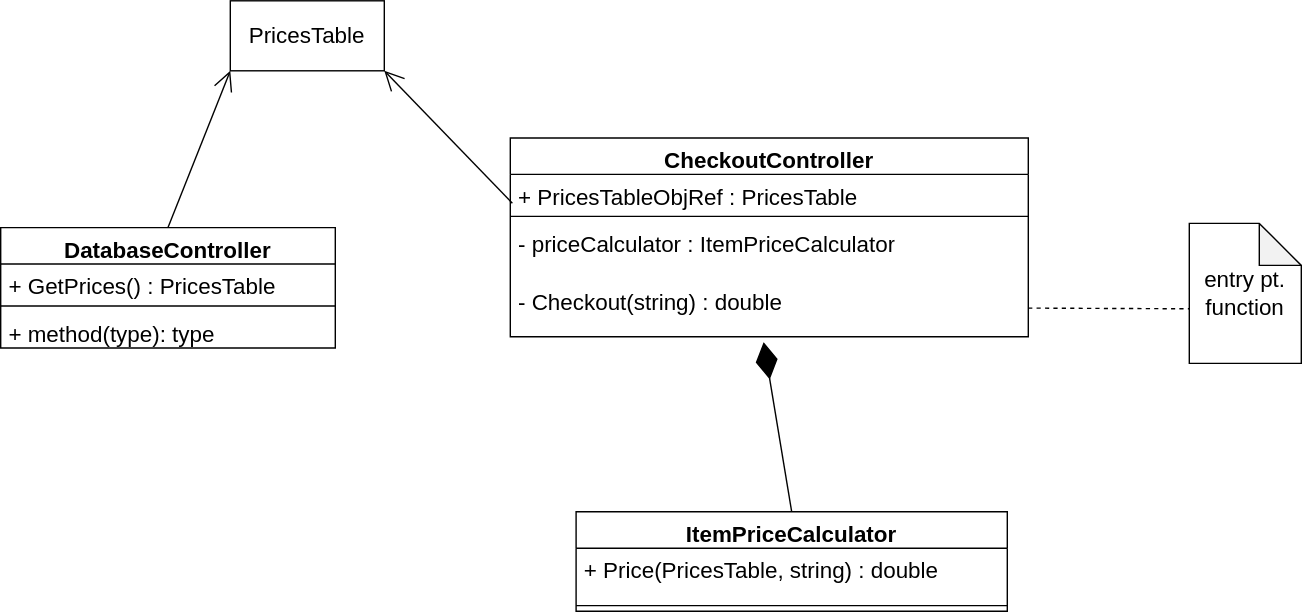
Before: SupermarketCheckout.svg, a diagram exported from draw.io (sameert89/SupermarketCheckoutLib). Source tidied: cells renumbered, new cells last; positions are measured from the earlier drawing's top-left corner, leaving out a move shared by most shapes. Source of this version:
```xml
<mxGraphModel>
  <root>
    <mxCell id="0" />
    <mxCell id="1" parent="0" />
    <mxCell id="2" value="CheckoutController" style="swimlane;fontStyle=1;align=center;verticalAlign=top;horizontal=1;startSize=26;whiteSpace=wrap;html=1;fontSize=16;" parent="1" vertex="1">
      <mxGeometry x="364" y="98" width="370" height="142" as="geometry" />
    </mxCell>
    <mxCell id="3" value="+ PricesTableObjRef : PricesTable" style="text;strokeColor=none;fillColor=none;align=left;verticalAlign=top;spacingLeft=4;spacingRight=4;overflow=hidden;points=[[0,0.5],[1,0.5]];portConstraint=eastwest;whiteSpace=wrap;html=1;fontSize=16;" parent="2" vertex="1">
      <mxGeometry y="26" width="370" height="26" as="geometry" />
    </mxCell>
    <mxCell id="4" style="line;strokeWidth=1;fillColor=none;align=left;verticalAlign=middle;spacingTop=-1;spacingLeft=3;spacingRight=3;labelPosition=right;strokeColor=inherit;fontSize=16;" parent="2" vertex="1">
      <mxGeometry y="52" width="370" height="8" as="geometry" />
    </mxCell>
    <mxCell id="5" value="- priceCalculator : ItemPriceCalculator" style="text;strokeColor=none;fillColor=none;align=left;verticalAlign=top;spacingLeft=4;spacingRight=4;overflow=hidden;whiteSpace=wrap;html=1;fontSize=16;" parent="2" vertex="1">
      <mxGeometry y="60" width="370" height="41" as="geometry" />
    </mxCell>
    <mxCell id="6" value="- Checkout(string) : double" style="text;strokeColor=none;fillColor=none;align=left;verticalAlign=top;spacingLeft=4;spacingRight=4;overflow=hidden;points=[[0,0.5],[1,0.5]];portConstraint=eastwest;whiteSpace=wrap;html=1;fontSize=16;" parent="2" vertex="1">
      <mxGeometry y="101" width="370" height="41" as="geometry" />
    </mxCell>
    <mxCell id="7" value="PricesTable" style="html=1;whiteSpace=wrap;fontSize=16;" parent="1" vertex="1">
      <mxGeometry x="164" width="110" height="50" as="geometry" />
    </mxCell>
    <mxCell id="8" style="endArrow=open;endFill=1;endSize=12;html=1;rounded=0;fontSize=12;curved=1;entryX=1;entryY=1;entryDx=0;entryDy=0;exitX=0.004;exitY=0.792;exitDx=0;exitDy=0;exitPerimeter=0;" parent="1" edge="1" source="3" target="7">
      <mxGeometry relative="1" as="geometry" />
    </mxCell>
    <mxCell id="9" value="ItemPriceCalculator" style="swimlane;fontStyle=1;align=center;verticalAlign=top;horizontal=1;startSize=26;whiteSpace=wrap;html=1;fontSize=16;" parent="1" vertex="1">
      <mxGeometry x="411" y="365" width="308" height="71" as="geometry" />
    </mxCell>
    <mxCell id="10" value="+ Price(PricesTable, string) : double" style="text;strokeColor=none;fillColor=none;align=left;verticalAlign=top;spacingLeft=4;spacingRight=4;overflow=hidden;whiteSpace=wrap;html=1;fontSize=16;" parent="9" vertex="1">
      <mxGeometry y="26" width="308" height="37" as="geometry" />
    </mxCell>
    <mxCell id="11" style="line;strokeWidth=1;fillColor=none;align=left;verticalAlign=middle;spacingTop=-1;spacingLeft=3;spacingRight=3;labelPosition=right;strokeColor=inherit;fontSize=16;" parent="9" vertex="1">
      <mxGeometry y="63" width="308" height="8" as="geometry" />
    </mxCell>
    <mxCell id="12" style="endArrow=diamondThin;endFill=1;endSize=24;html=1;rounded=0;fontSize=12;curved=1;entryX=0.489;entryY=1.093;entryDx=0;entryDy=0;entryPerimeter=0;exitX=0.5;exitY=0;exitDx=0;exitDy=0;" parent="1" edge="1" source="9" target="6">
      <mxGeometry relative="1" as="geometry" />
    </mxCell>
    <mxCell id="13" value="DatabaseController" style="swimlane;fontStyle=1;align=center;verticalAlign=top;horizontal=1;startSize=26;whiteSpace=wrap;html=1;fontSize=16;" parent="1" vertex="1">
      <mxGeometry y="162" width="239" height="86" as="geometry" />
    </mxCell>
    <mxCell id="14" value="+ GetPrices() : PricesTable" style="text;strokeColor=none;fillColor=none;align=left;verticalAlign=top;spacingLeft=4;spacingRight=4;overflow=hidden;whiteSpace=wrap;html=1;fontSize=16;" parent="13" vertex="1">
      <mxGeometry y="26" width="239" height="26" as="geometry" />
    </mxCell>
    <mxCell id="15" style="line;strokeWidth=1;fillColor=none;align=left;verticalAlign=middle;spacingTop=-1;spacingLeft=3;spacingRight=3;labelPosition=right;strokeColor=inherit;fontSize=16;" parent="13" vertex="1">
      <mxGeometry y="52" width="239" height="8" as="geometry" />
    </mxCell>
    <mxCell id="16" value="+ method(type): type" style="text;strokeColor=none;fillColor=none;align=left;verticalAlign=top;spacingLeft=4;spacingRight=4;overflow=hidden;whiteSpace=wrap;html=1;fontSize=16;" parent="13" vertex="1">
      <mxGeometry y="60" width="239" height="26" as="geometry" />
    </mxCell>
    <mxCell id="17" style="endArrow=open;endFill=1;endSize=12;html=1;rounded=0;fontSize=12;curved=1;entryX=0;entryY=1;entryDx=0;entryDy=0;exitX=0.5;exitY=0;exitDx=0;exitDy=0;" parent="1" edge="1" source="13" target="7">
      <mxGeometry relative="1" as="geometry" />
    </mxCell>
    <mxCell id="18" value="entry pt.&lt;br&gt;function" style="shape=note;whiteSpace=wrap;html=1;backgroundOutline=1;darkOpacity=0.05;fontSize=16;" parent="1" vertex="1">
      <mxGeometry x="849" y="159" width="80" height="100" as="geometry" />
    </mxCell>
    <mxCell id="19" style="endArrow=none;dashed=1;html=1;rounded=0;fontSize=12;curved=1;startSize=8;endSize=8;exitX=1;exitY=0.5;exitDx=0;exitDy=0;" parent="1" edge="1" source="6">
      <mxGeometry relative="1" as="geometry">
        <mxPoint x="849" y="220" as="targetPoint" />
      </mxGeometry>
    </mxCell>
  </root>
</mxGraphModel>
```
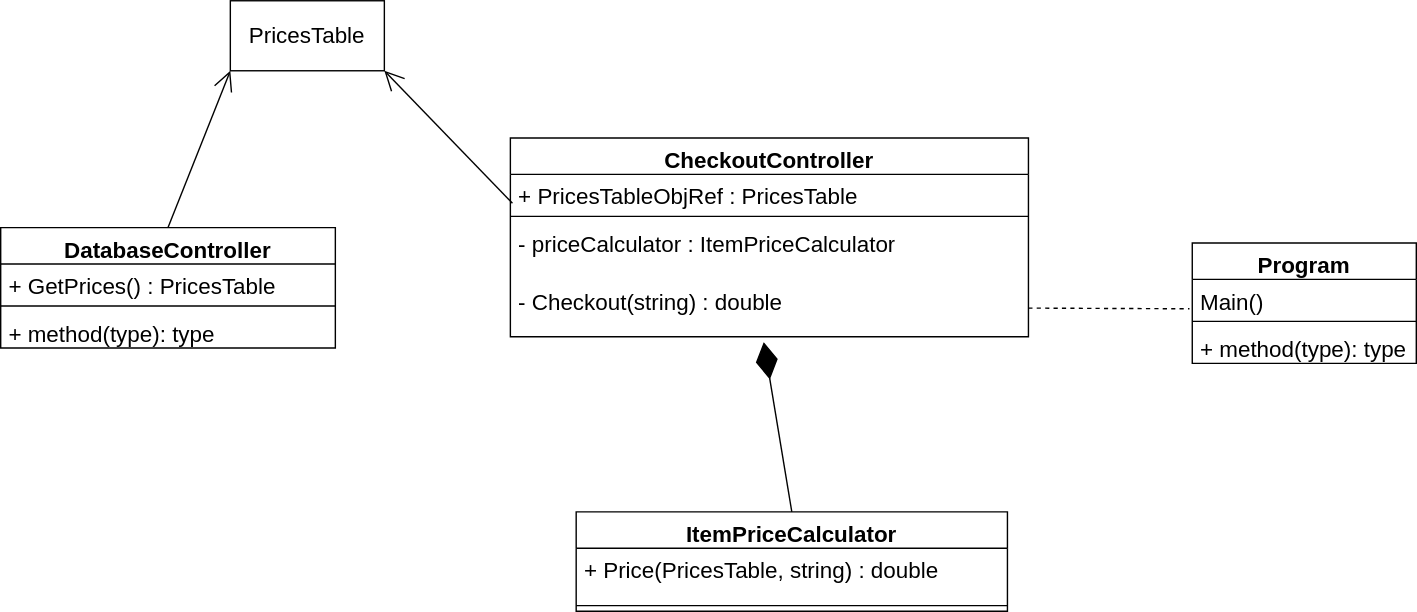
Above is the later version.

The edit, as a diff of the source:
```diff
@@ -50,13 +50,22 @@
     <mxCell id="17" style="endArrow=open;endFill=1;endSize=12;html=1;rounded=0;fontSize=12;curved=1;entryX=0;entryY=1;entryDx=0;entryDy=0;exitX=0.5;exitY=0;exitDx=0;exitDy=0;" parent="1" edge="1" source="13" target="7">
       <mxGeometry relative="1" as="geometry" />
     </mxCell>
-    <mxCell id="18" value="entry pt.&lt;br&gt;function" style="shape=note;whiteSpace=wrap;html=1;backgroundOutline=1;darkOpacity=0.05;fontSize=16;" parent="1" vertex="1">
-      <mxGeometry x="849" y="159" width="80" height="100" as="geometry" />
-    </mxCell>
     <mxCell id="19" style="endArrow=none;dashed=1;html=1;rounded=0;fontSize=12;curved=1;startSize=8;endSize=8;exitX=1;exitY=0.5;exitDx=0;exitDy=0;" parent="1" edge="1" source="6">
       <mxGeometry relative="1" as="geometry">
         <mxPoint x="849" y="220" as="targetPoint" />
       </mxGeometry>
     </mxCell>
+    <mxCell id="20" value="Program" style="swimlane;fontStyle=1;align=center;verticalAlign=top;horizontal=1;startSize=26;whiteSpace=wrap;html=1;fontSize=16;" parent="1" vertex="1">
+      <mxGeometry x="851" y="173" width="160" height="86" as="geometry" />
+    </mxCell>
+    <mxCell id="21" value="Main()" style="text;strokeColor=none;fillColor=none;align=left;verticalAlign=top;spacingLeft=4;spacingRight=4;overflow=hidden;whiteSpace=wrap;html=1;fontSize=16;" parent="20" vertex="1">
+      <mxGeometry y="26" width="160" height="26" as="geometry" />
+    </mxCell>
+    <mxCell id="22" style="line;strokeWidth=1;fillColor=none;align=left;verticalAlign=middle;spacingTop=-1;spacingLeft=3;spacingRight=3;labelPosition=right;strokeColor=inherit;fontSize=16;" parent="20" vertex="1">
+      <mxGeometry y="52" width="160" height="8" as="geometry" />
+    </mxCell>
+    <mxCell id="23" value="+ method(type): type" style="text;strokeColor=none;fillColor=none;align=left;verticalAlign=top;spacingLeft=4;spacingRight=4;overflow=hidden;whiteSpace=wrap;html=1;fontSize=16;" parent="20" vertex="1">
+      <mxGeometry y="60" width="160" height="26" as="geometry" />
+    </mxCell>
   </root>
 </mxGraphModel>
```
